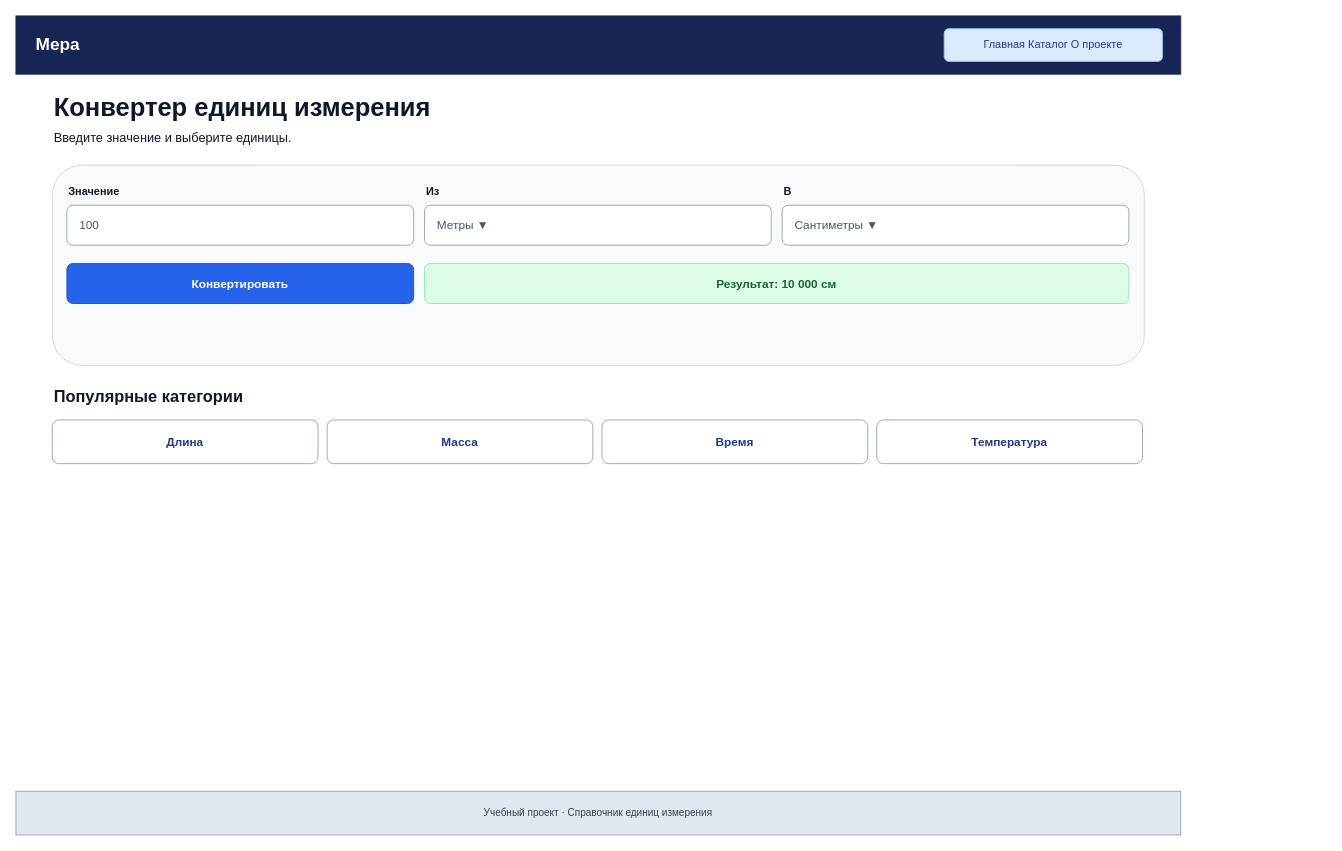
Anatoly-Sobolev/web keeps this draw.io diagram as page "Главная и конвертер — Desktop" (4 of 11) of design/prototypes.drawio. Above is the earlier version. Source tidied: cells renumbered, new cells numbered last; positions are measured from the earlier drawing's top-left corner, leaving out a move shared by most shapes. Both pictures are drawn from the tidied source at 91%, with x=0, y=0 at pixel (15, 15).
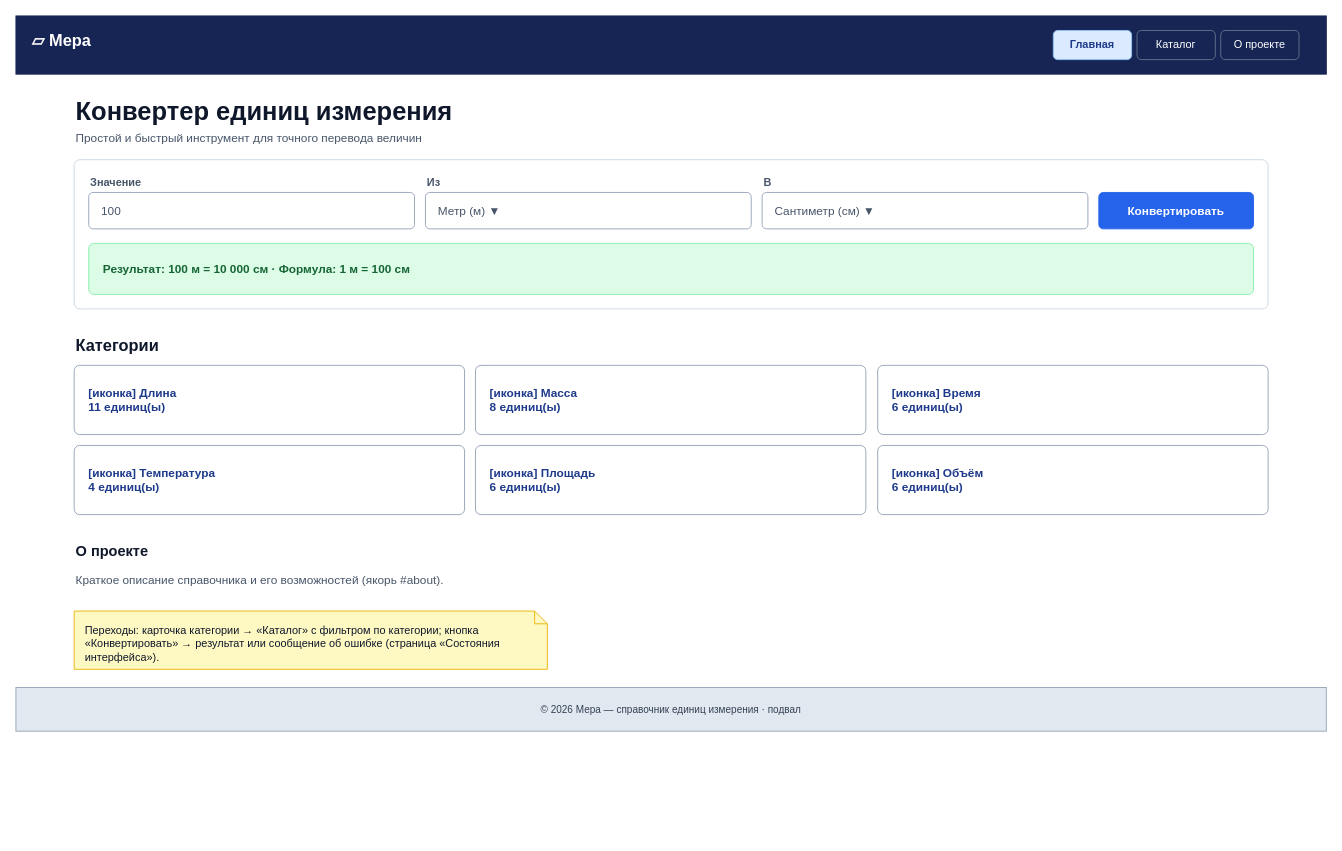
The same diagram, later.

The edit, as a diff of the source:
```diff
@@
-    <mxCell id="2" value="Мера" style="rounded=0;whiteSpace=wrap;html=1;fillColor=#172554;strokeColor=#172554;fontColor=#ffffff;fontSize=19;fontStyle=1;align=left;spacingLeft=20;" parent="1" vertex="1">
-      <mxGeometry width="1280" height="64" as="geometry" />
-    </mxCell>
-    <mxCell id="3" value="Главная   Каталог   О проекте" style="rounded=1;whiteSpace=wrap;html=1;fillColor=#dbeafe;strokeColor=#93c5fd;fontColor=#1e3a8a;fontSize=12;" parent="1" vertex="1">
-      <mxGeometry x="1020" y="14" width="240" height="36" as="geometry" />
-    </mxCell>
+    <mxCell id="21" style="rounded=0;whiteSpace=wrap;html=1;fillColor=#172554;strokeColor=#172554;" parent="1" vertex="1">
+      <mxGeometry width="1440" height="64" as="geometry" />
+    </mxCell>
+    <mxCell id="22" value="▱ Мера" style="text;html=1;strokeColor=none;fillColor=none;fontColor=#ffffff;fontSize=18;fontStyle=1;align=left;verticalAlign=middle;" parent="1" vertex="1">
+      <mxGeometry x="16" y="12" width="110" height="32" as="geometry" />
+    </mxCell>
+    <mxCell id="23" value="Главная" style="rounded=1;whiteSpace=wrap;html=1;fillColor=#dbeafe;strokeColor=#93c5fd;fontColor=#1e3a8a;fontSize=12;fontStyle=1;" parent="1" vertex="1">
+      <mxGeometry x="1140" y="16" width="86" height="32" as="geometry" />
+    </mxCell>
+    <mxCell id="24" value="Каталог" style="rounded=1;whiteSpace=wrap;html=1;fillColor=none;strokeColor=#64748b;fontColor=#ffffff;fontSize=12;fontStyle=0;" parent="1" vertex="1">
+      <mxGeometry x="1232" y="16" width="86" height="32" as="geometry" />
+    </mxCell>
+    <mxCell id="25" value="О проекте" style="rounded=1;whiteSpace=wrap;html=1;fillColor=none;strokeColor=#64748b;fontColor=#ffffff;fontSize=12;fontStyle=0;" parent="1" vertex="1">
+      <mxGeometry x="1324" y="16" width="86" height="32" as="geometry" />
+    </mxCell>
     <mxCell id="4" value="Конвертер единиц измерения" style="text;html=1;strokeColor=none;fillColor=none;align=left;verticalAlign=middle;whiteSpace=wrap;fontSize=28;fontStyle=1;fontColor=#0f172a;" parent="1" vertex="1">
-      <mxGeometry x="40" y="82" width="1200" height="38" as="geometry" />
+      <mxGeometry x="64" y="88" width="1312" height="34" as="geometry" />
     </mxCell>
-    <mxCell id="5" value="Введите значение и выберите единицы." style="text;html=1;strokeColor=none;fillColor=none;align=left;verticalAlign=middle;whiteSpace=wrap;fontSize=14;fontStyle=0;fontColor=#0f172a;" parent="1" vertex="1">
-      <mxGeometry x="40" y="120" width="1200" height="28" as="geometry" />
-    </mxCell>
-    <mxCell id="6" style="rounded=1;whiteSpace=wrap;html=1;fillColor=#f8fafc;strokeColor=#cbd5e1;" parent="1" vertex="1">
-      <mxGeometry x="40" y="164" width="1200" height="220" as="geometry" />
-    </mxCell>
+    <mxCell id="26" value="Простой и быстрый инструмент для точного перевода величин" style="text;html=1;strokeColor=none;fillColor=none;align=left;verticalAlign=middle;whiteSpace=wrap;fontSize=13;fontStyle=0;fontColor=#475569;" parent="1" vertex="1">
+      <mxGeometry x="64" y="122" width="1312" height="24" as="geometry" />
+    </mxCell>
+    <mxCell id="27" style="rounded=1;arcSize=4;whiteSpace=wrap;html=1;fillColor=#ffffff;strokeColor=#cbd5e1;" parent="1" vertex="1">
+      <mxGeometry x="64" y="158" width="1312" height="164" as="geometry" />
+    </mxCell>
-    <mxCell id="7" value="Значение" style="text;html=1;strokeColor=none;fillColor=none;align=left;verticalAlign=middle;whiteSpace=wrap;fontSize=12;fontStyle=1;fontColor=#0f172a;" parent="1" vertex="1">
-      <mxGeometry x="56" y="182" width="381" height="22" as="geometry" />
+    <mxCell id="7" value="Значение" style="text;html=1;strokeColor=none;fillColor=none;align=left;verticalAlign=middle;whiteSpace=wrap;fontSize=12;fontStyle=1;fontColor=#475569;" parent="1" vertex="1">
+      <mxGeometry x="80" y="174" width="358" height="18" as="geometry" />
     </mxCell>
+    <mxCell id="10" value="100" style="rounded=1;arcSize=12;whiteSpace=wrap;html=1;fillColor=#ffffff;strokeColor=#94a3b8;fontColor=#475569;align=left;spacingLeft=12;fontSize=13;" parent="1" vertex="1">
+      <mxGeometry x="80" y="194" width="358" height="40" as="geometry" />
+    </mxCell>
-    <mxCell id="8" value="Из" style="text;html=1;strokeColor=none;fillColor=none;align=left;verticalAlign=middle;whiteSpace=wrap;fontSize=12;fontStyle=1;fontColor=#0f172a;" parent="1" vertex="1">
-      <mxGeometry x="449" y="182" width="381" height="22" as="geometry" />
+    <mxCell id="8" value="Из" style="text;html=1;strokeColor=none;fillColor=none;align=left;verticalAlign=middle;whiteSpace=wrap;fontSize=12;fontStyle=1;fontColor=#475569;" parent="1" vertex="1">
+      <mxGeometry x="450" y="174" width="358" height="18" as="geometry" />
     </mxCell>
+    <mxCell id="28" value="Метр (м) ▼" style="rounded=1;arcSize=12;whiteSpace=wrap;html=1;fillColor=#ffffff;strokeColor=#94a3b8;fontColor=#475569;align=left;spacingLeft=12;fontSize=13;" parent="1" vertex="1">
+      <mxGeometry x="450" y="194" width="358" height="40" as="geometry" />
+    </mxCell>
-    <mxCell id="9" value="В" style="text;html=1;strokeColor=none;fillColor=none;align=left;verticalAlign=middle;whiteSpace=wrap;fontSize=12;fontStyle=1;fontColor=#0f172a;" parent="1" vertex="1">
-      <mxGeometry x="842" y="182" width="381" height="22" as="geometry" />
+    <mxCell id="9" value="В" style="text;html=1;strokeColor=none;fillColor=none;align=left;verticalAlign=middle;whiteSpace=wrap;fontSize=12;fontStyle=1;fontColor=#475569;" parent="1" vertex="1">
+      <mxGeometry x="820" y="174" width="358" height="18" as="geometry" />
     </mxCell>
-    <mxCell id="10" value="100" style="rounded=1;whiteSpace=wrap;html=1;fillColor=#ffffff;strokeColor=#94a3b8;fontColor=#475569;align=left;spacingLeft=12;fontSize=13;" parent="1" vertex="1">
-      <mxGeometry x="56" y="208" width="381" height="44" as="geometry" />
-    </mxCell>
-    <mxCell id="11" value="Метры ▼" style="rounded=1;whiteSpace=wrap;html=1;fillColor=#ffffff;strokeColor=#94a3b8;fontColor=#475569;align=left;spacingLeft=12;fontSize=13;" parent="1" vertex="1">
-      <mxGeometry x="449" y="208" width="381" height="44" as="geometry" />
-    </mxCell>
-    <mxCell id="12" value="Сантиметры ▼" style="rounded=1;whiteSpace=wrap;html=1;fillColor=#ffffff;strokeColor=#94a3b8;fontColor=#475569;align=left;spacingLeft=12;fontSize=13;" parent="1" vertex="1">
-      <mxGeometry x="842" y="208" width="381" height="44" as="geometry" />
-    </mxCell>
+    <mxCell id="29" value="Сантиметр (см) ▼" style="rounded=1;arcSize=12;whiteSpace=wrap;html=1;fillColor=#ffffff;strokeColor=#94a3b8;fontColor=#475569;align=left;spacingLeft=12;fontSize=13;" parent="1" vertex="1">
+      <mxGeometry x="820" y="194" width="358" height="40" as="geometry" />
+    </mxCell>
-    <mxCell id="13" value="Конвертировать" style="rounded=1;whiteSpace=wrap;html=1;fillColor=#2563eb;strokeColor=#1d4ed8;fontColor=#ffffff;fontStyle=1;fontSize=13;" parent="1" vertex="1">
-      <mxGeometry x="56" y="272" width="381" height="44" as="geometry" />
+    <mxCell id="13" value="Конвертировать" style="rounded=1;arcSize=12;whiteSpace=wrap;html=1;fillColor=#2563eb;strokeColor=#2563eb;fontColor=#ffffff;fontStyle=1;fontSize=13;" parent="1" vertex="1">
+      <mxGeometry x="1190" y="194" width="170" height="40" as="geometry" />
     </mxCell>
-    <mxCell id="14" value="Результат: 10 000 см" style="rounded=1;whiteSpace=wrap;html=1;fillColor=#dcfce7;strokeColor=#86efac;fontColor=#166534;fontStyle=1;fontSize=13;" parent="1" vertex="1">
-      <mxGeometry x="449" y="272" width="774" height="44" as="geometry" />
-    </mxCell>
-    <mxCell id="15" value="Популярные категории" style="text;html=1;strokeColor=none;fillColor=none;align=left;verticalAlign=middle;whiteSpace=wrap;fontSize=18;fontStyle=1;fontColor=#0f172a;" parent="1" vertex="1">
-      <mxGeometry x="40" y="404" width="1200" height="30" as="geometry" />
-    </mxCell>
-    <mxCell id="16" value="Длина" style="rounded=1;whiteSpace=wrap;html=1;fillColor=#ffffff;strokeColor=#94a3b8;fontColor=#1e3a8a;fontStyle=1;fontSize=13;" parent="1" vertex="1">
-      <mxGeometry x="40" y="444" width="292" height="48" as="geometry" />
-    </mxCell>
-    <mxCell id="17" value="Масса" style="rounded=1;whiteSpace=wrap;html=1;fillColor=#ffffff;strokeColor=#94a3b8;fontColor=#1e3a8a;fontStyle=1;fontSize=13;" parent="1" vertex="1">
-      <mxGeometry x="342" y="444" width="292" height="48" as="geometry" />
-    </mxCell>
-    <mxCell id="18" value="Время" style="rounded=1;whiteSpace=wrap;html=1;fillColor=#ffffff;strokeColor=#94a3b8;fontColor=#1e3a8a;fontStyle=1;fontSize=13;" parent="1" vertex="1">
-      <mxGeometry x="644" y="444" width="292" height="48" as="geometry" />
-    </mxCell>
-    <mxCell id="19" value="Температура" style="rounded=1;whiteSpace=wrap;html=1;fillColor=#ffffff;strokeColor=#94a3b8;fontColor=#1e3a8a;fontStyle=1;fontSize=13;" parent="1" vertex="1">
-      <mxGeometry x="946" y="444" width="292" height="48" as="geometry" />
-    </mxCell>
-    <mxCell id="20" value="Учебный проект · Справочник единиц измерения" style="rounded=0;whiteSpace=wrap;html=1;fillColor=#e2e8f0;strokeColor=#94a3b8;fontColor=#334155;fontSize=11;" parent="1" vertex="1">
-      <mxGeometry y="852" width="1280" height="48" as="geometry" />
-    </mxCell>
+    <mxCell id="30" value="Результат: 100 м = 10 000 см    ·    Формула: 1 м = 100 см" style="rounded=1;arcSize=10;whiteSpace=wrap;html=1;fillColor=#dcfce7;strokeColor=#86efac;fontColor=#166534;fontStyle=1;fontSize=13;align=left;spacingLeft=14;" parent="1" vertex="1">
+      <mxGeometry x="80" y="250" width="1280" height="56" as="geometry" />
+    </mxCell>
+    <mxCell id="31" value="Категории" style="text;html=1;strokeColor=none;fillColor=none;align=left;verticalAlign=middle;whiteSpace=wrap;fontSize=18;fontStyle=1;fontColor=#0f172a;" parent="1" vertex="1">
+      <mxGeometry x="64" y="350" width="1312" height="26" as="geometry" />
+    </mxCell>
+    <mxCell id="32" value="[иконка]  Длина&#10;11 единиц(ы)" style="rounded=1;arcSize=8;whiteSpace=wrap;html=1;fillColor=#ffffff;strokeColor=#94a3b8;fontColor=#1e3a8a;fontStyle=1;fontSize=13;align=left;spacingLeft=14;" parent="1" vertex="1">
+      <mxGeometry x="64" y="384" width="429" height="76" as="geometry" />
+    </mxCell>
+    <mxCell id="33" value="[иконка]  Масса&#10;8 единиц(ы)" style="rounded=1;arcSize=8;whiteSpace=wrap;html=1;fillColor=#ffffff;strokeColor=#94a3b8;fontColor=#1e3a8a;fontStyle=1;fontSize=13;align=left;spacingLeft=14;" parent="1" vertex="1">
+      <mxGeometry x="505" y="384" width="429" height="76" as="geometry" />
+    </mxCell>
+    <mxCell id="34" value="[иконка]  Время&#10;6 единиц(ы)" style="rounded=1;arcSize=8;whiteSpace=wrap;html=1;fillColor=#ffffff;strokeColor=#94a3b8;fontColor=#1e3a8a;fontStyle=1;fontSize=13;align=left;spacingLeft=14;" parent="1" vertex="1">
+      <mxGeometry x="947" y="384" width="429" height="76" as="geometry" />
+    </mxCell>
+    <mxCell id="35" value="[иконка]  Температура&#10;4 единиц(ы)" style="rounded=1;arcSize=8;whiteSpace=wrap;html=1;fillColor=#ffffff;strokeColor=#94a3b8;fontColor=#1e3a8a;fontStyle=1;fontSize=13;align=left;spacingLeft=14;" parent="1" vertex="1">
+      <mxGeometry x="64" y="472" width="429" height="76" as="geometry" />
+    </mxCell>
+    <mxCell id="36" value="[иконка]  Площадь&#10;6 единиц(ы)" style="rounded=1;arcSize=8;whiteSpace=wrap;html=1;fillColor=#ffffff;strokeColor=#94a3b8;fontColor=#1e3a8a;fontStyle=1;fontSize=13;align=left;spacingLeft=14;" parent="1" vertex="1">
+      <mxGeometry x="505" y="472" width="429" height="76" as="geometry" />
+    </mxCell>
+    <mxCell id="37" value="[иконка]  Объём&#10;6 единиц(ы)" style="rounded=1;arcSize=8;whiteSpace=wrap;html=1;fillColor=#ffffff;strokeColor=#94a3b8;fontColor=#1e3a8a;fontStyle=1;fontSize=13;align=left;spacingLeft=14;" parent="1" vertex="1">
+      <mxGeometry x="947" y="472" width="429" height="76" as="geometry" />
+    </mxCell>
+    <mxCell id="38" value="О проекте" style="text;html=1;strokeColor=none;fillColor=none;align=left;verticalAlign=middle;whiteSpace=wrap;fontSize=16;fontStyle=1;fontColor=#0f172a;" parent="1" vertex="1">
+      <mxGeometry x="64" y="576" width="1312" height="24" as="geometry" />
+    </mxCell>
+    <mxCell id="39" value="Краткое описание справочника и его возможностей (якорь #about)." style="text;html=1;strokeColor=none;fillColor=none;align=left;verticalAlign=middle;whiteSpace=wrap;fontSize=13;fontStyle=0;fontColor=#475569;" parent="1" vertex="1">
+      <mxGeometry x="64" y="602" width="1312" height="36" as="geometry" />
+    </mxCell>
+    <mxCell id="40" value="Переходы: карточка категории → «Каталог» с фильтром по категории; кнопка «Конвертировать» → результат или сообщение об ошибке (страница «Состояния интерфейса»)." style="shape=note;size=14;whiteSpace=wrap;html=1;fillColor=#fef9c3;strokeColor=#eab308;fontColor=#0f172a;fontSize=12;align=left;spacingLeft=10;spacingRight=10;verticalAlign=top;spacingTop=8;" parent="1" vertex="1">
+      <mxGeometry x="64" y="654" width="520" height="64" as="geometry" />
+    </mxCell>
+    <mxCell id="41" value="© 2026 Мера — справочник единиц измерения · подвал" style="rounded=0;whiteSpace=wrap;html=1;fillColor=#e2e8f0;strokeColor=#94a3b8;fontColor=#334155;fontSize=11;" parent="1" vertex="1">
+      <mxGeometry y="738" width="1440" height="48" as="geometry" />
+    </mxCell>
```
